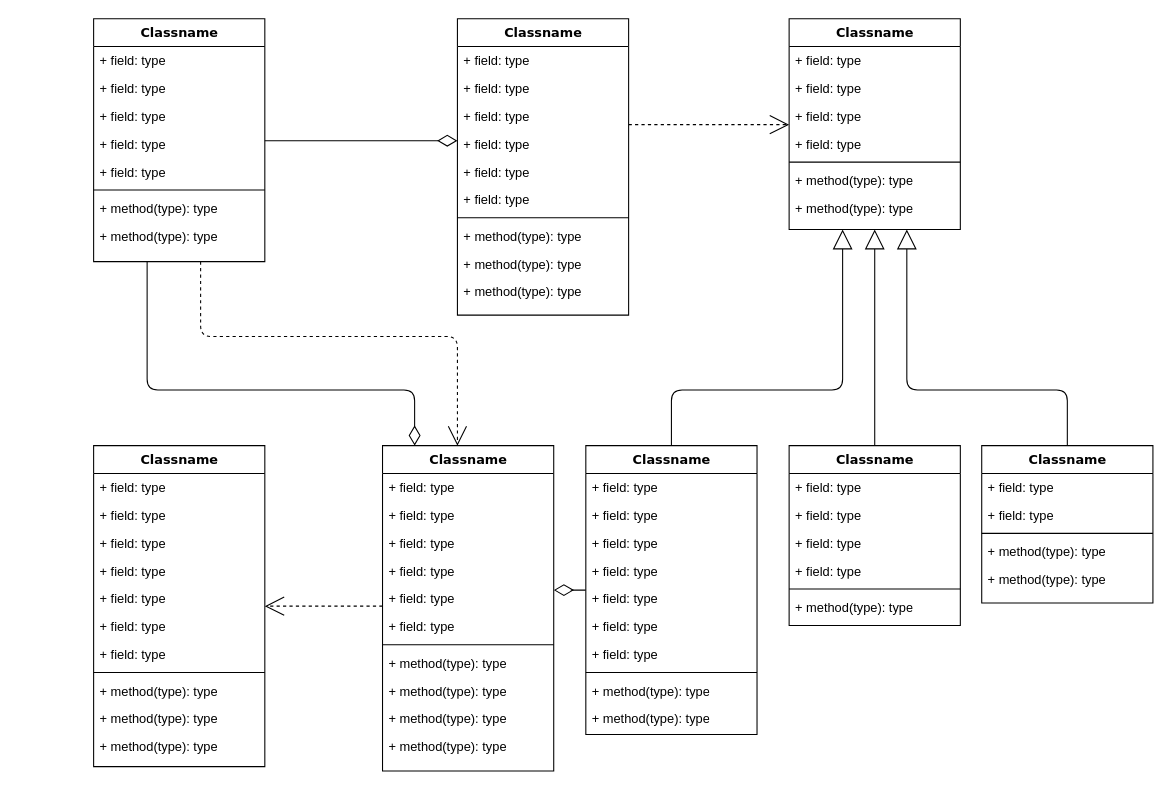
Earlier version of the draw.io diagram 中长期.drawio (Fierygit/drawio). Source tidied: cells renumbered, new cells numbered last; positions are measured from the earlier drawing's top-left corner, leaving out a move shared by most shapes. Both pictures are drawn from the tidied source at 107%, with x=0, y=0 at pixel (93, 18).
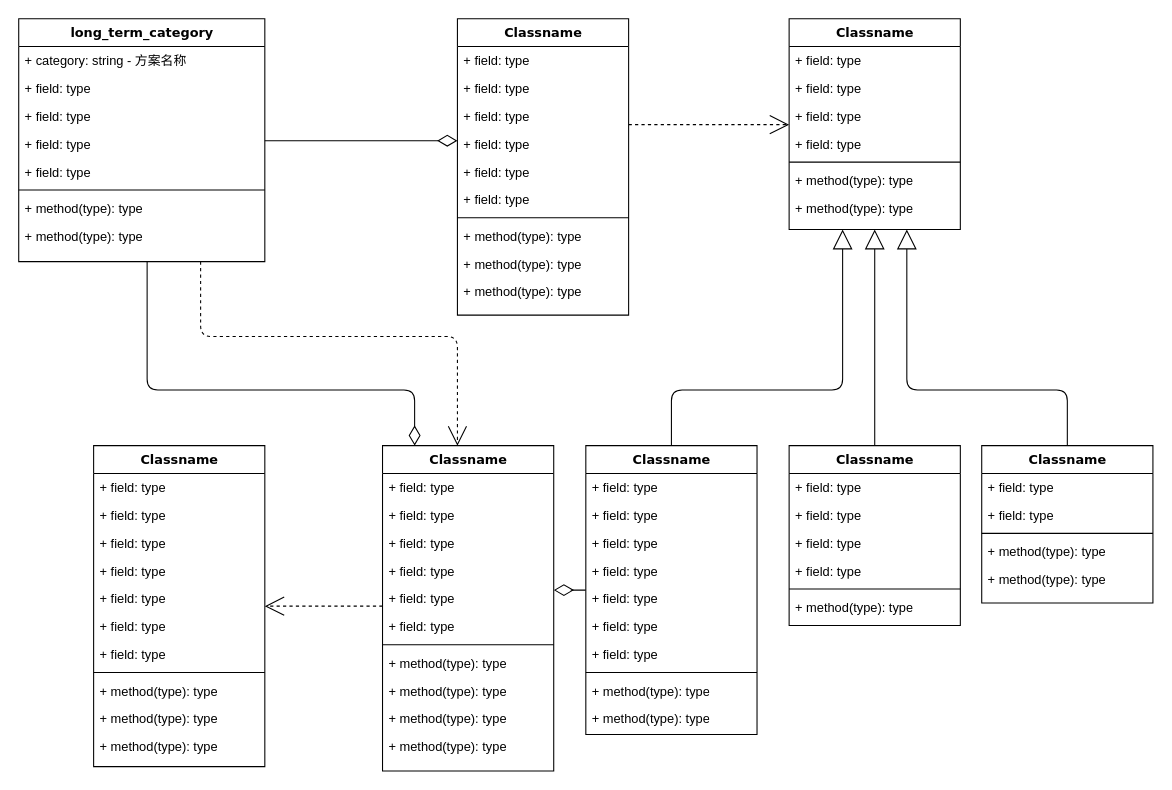
The same diagram, later.

Commit message (it also covers changes not shown here):
更新中长期.drawio

Change to the diagram source:
```diff
@@
-    <mxCell id="4" value="Classname" style="swimlane;html=1;fontStyle=1;align=center;verticalAlign=top;horizontal=1;startSize=26;swimlaneFillColor=#ffffff;rounded=0;shadow=0;comic=0;labelBackgroundColor=none;strokeWidth=1;fillColor=none;fontFamily=Verdana;fontSize=12;" parent="1" vertex="1">
-      <mxGeometry width="160" height="227" as="geometry" />
+    <mxCell id="4" value="long_term_category" style="swimlane;html=1;fontStyle=1;align=center;verticalAlign=top;horizontal=1;startSize=26;swimlaneFillColor=#ffffff;rounded=0;shadow=0;comic=0;labelBackgroundColor=none;strokeWidth=1;fillColor=none;fontFamily=Verdana;fontSize=12;" parent="1" vertex="1">
+      <mxGeometry x="-70" width="230" height="227" as="geometry" />
     </mxCell>
-    <mxCell id="5" value="+ field: type" style="text;html=1;strokeColor=none;fillColor=none;align=left;verticalAlign=top;spacingLeft=4;spacingRight=4;whiteSpace=wrap;overflow=hidden;" parent="4" vertex="1">
-      <mxGeometry y="26" width="160" height="26" as="geometry" />
+    <mxCell id="5" value="+ category: string - 方案名称" style="text;html=1;strokeColor=none;fillColor=none;align=left;verticalAlign=top;spacingLeft=4;spacingRight=4;whiteSpace=wrap;overflow=hidden;" parent="4" vertex="1">
+      <mxGeometry y="26" width="230" height="26" as="geometry" />
     </mxCell>
     <mxCell id="6" value="+ field: type" style="text;html=1;strokeColor=none;fillColor=none;align=left;verticalAlign=top;spacingLeft=4;spacingRight=4;whiteSpace=wrap;overflow=hidden;" parent="4" vertex="1">
-      <mxGeometry y="52" width="160" height="26" as="geometry" />
+      <mxGeometry y="52" width="230" height="26" as="geometry" />
     </mxCell>
     <mxCell id="7" value="+ field: type" style="text;html=1;strokeColor=none;fillColor=none;align=left;verticalAlign=top;spacingLeft=4;spacingRight=4;whiteSpace=wrap;overflow=hidden;" parent="4" vertex="1">
-      <mxGeometry y="78" width="160" height="26" as="geometry" />
+      <mxGeometry y="78" width="230" height="26" as="geometry" />
     </mxCell>
     <mxCell id="8" value="+ field: type" style="text;html=1;strokeColor=none;fillColor=none;align=left;verticalAlign=top;spacingLeft=4;spacingRight=4;whiteSpace=wrap;overflow=hidden;" parent="4" vertex="1">
-      <mxGeometry y="104" width="160" height="26" as="geometry" />
+      <mxGeometry y="104" width="230" height="26" as="geometry" />
     </mxCell>
     <mxCell id="9" value="+ field: type" style="text;html=1;strokeColor=none;fillColor=none;align=left;verticalAlign=top;spacingLeft=4;spacingRight=4;whiteSpace=wrap;overflow=hidden;" parent="4" vertex="1">
-      <mxGeometry y="130" width="160" height="26" as="geometry" />
+      <mxGeometry y="130" width="230" height="26" as="geometry" />
     </mxCell>
     <mxCell id="10" style="line;html=1;strokeWidth=1;fillColor=none;align=left;verticalAlign=middle;spacingTop=-1;spacingLeft=3;spacingRight=3;labelPosition=right;" parent="4" vertex="1">
-      <mxGeometry y="156" width="160" height="8" as="geometry" />
+      <mxGeometry y="156" width="230" height="8" as="geometry" />
     </mxCell>
     <mxCell id="11" value="+ method(type): type" style="text;html=1;strokeColor=none;fillColor=none;align=left;verticalAlign=top;spacingLeft=4;spacingRight=4;whiteSpace=wrap;overflow=hidden;" parent="4" vertex="1">
-      <mxGeometry y="164" width="160" height="26" as="geometry" />
+      <mxGeometry y="164" width="230" height="26" as="geometry" />
     </mxCell>
     <mxCell id="12" value="+ method(type): type" style="text;html=1;strokeColor=none;fillColor=none;align=left;verticalAlign=top;spacingLeft=4;spacingRight=4;whiteSpace=wrap;overflow=hidden;" parent="4" vertex="1">
-      <mxGeometry y="190" width="160" height="26" as="geometry" />
+      <mxGeometry y="190" width="230" height="26" as="geometry" />
     </mxCell>
```
